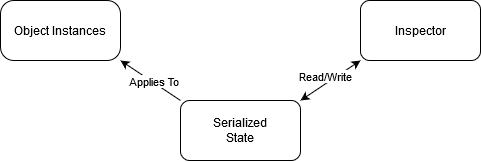
Earlier version of the draw.io export Images/SerializationDiagram.png (JurjenBiewenga/EditorBook). Source tidied: cells renumbered, new cells last; positions are measured from the earlier drawing's top-left corner, leaving out a move shared by most shapes.
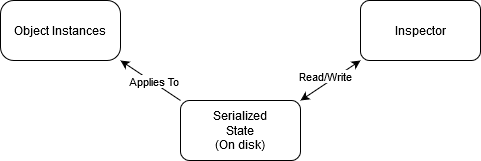
After the commit.

Commit message:
Tried to make it more clear that the serialized state is on disk

Change to the diagram source:
```diff
@@ -8,7 +8,7 @@
     <mxCell id="3" value="Inspector" style="rounded=1;whiteSpace=wrap;html=1;" parent="1" vertex="1">
       <mxGeometry x="360" width="120" height="60" as="geometry" />
     </mxCell>
-    <mxCell id="4" value="&lt;div&gt;Serialized&lt;/div&gt;&lt;div&gt;State&lt;br&gt;&lt;/div&gt;" style="rounded=1;whiteSpace=wrap;html=1;" parent="1" vertex="1">
+    <mxCell id="4" value="&lt;div&gt;Serialized&lt;/div&gt;&lt;div&gt;State&lt;/div&gt;&lt;div&gt;(On disk)&lt;/div&gt;" style="rounded=1;whiteSpace=wrap;html=1;" parent="1" vertex="1">
       <mxGeometry x="180" y="100" width="120" height="60" as="geometry" />
     </mxCell>
     <mxCell id="5" style="endArrow=classic;startArrow=classic;html=1;entryX=0;entryY=1;entryDx=0;entryDy=0;exitX=1;exitY=0;exitDx=0;exitDy=0;" parent="1" edge="1" source="4" target="3">
```
